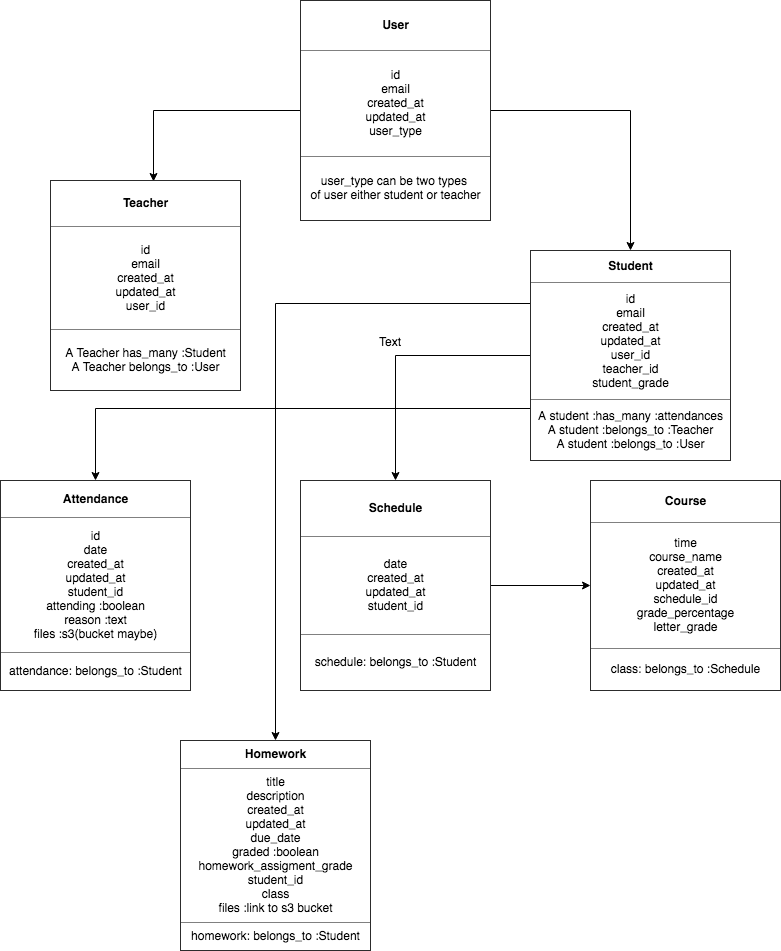
Before: docs/db-architecture/entity.png, a diagram exported from draw.io (MirTalpur/managehomeschool). Source tidied: cells renumbered, new cells last; positions are measured from the earlier drawing's top-left corner, leaving out a move shared by most shapes.
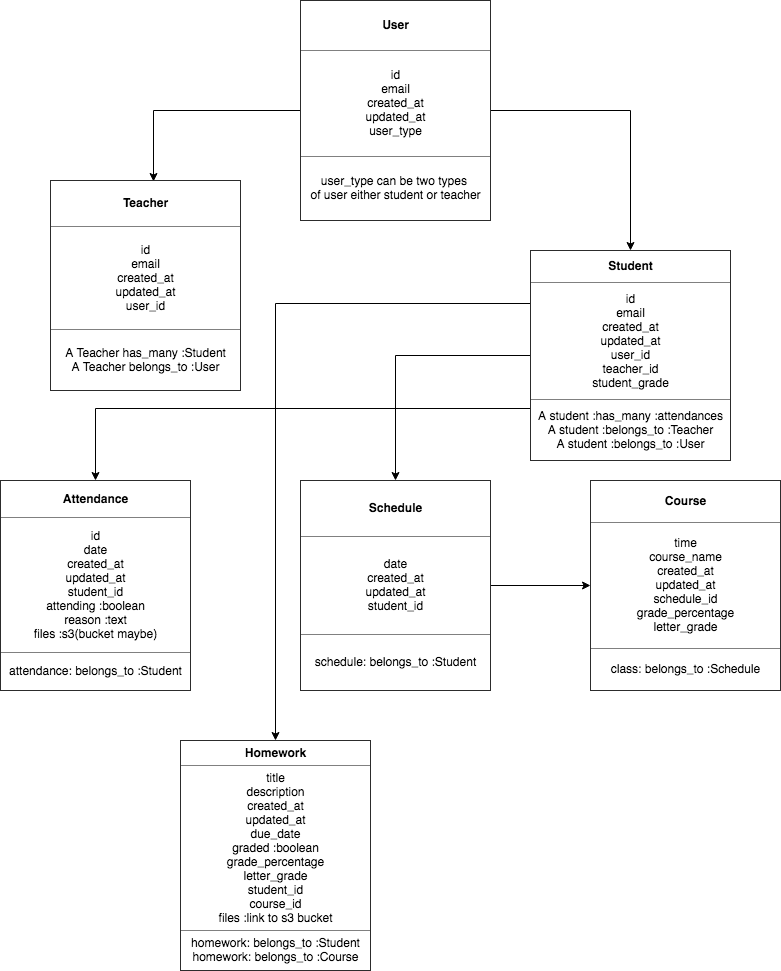
After the commit.

Commit message:
Create homework model

Diff of the diagram source:
```diff
@@ -38,11 +38,8 @@
     <mxCell id="13" value="&lt;table border=&quot;1&quot; width=&quot;100%&quot; cellpadding=&quot;4&quot; style=&quot;width: 100% ; height: 100% ; border-collapse: collapse&quot;&gt;&lt;tbody&gt;&lt;tr&gt;&lt;th align=&quot;center&quot;&gt;&lt;b&gt;Course&lt;/b&gt;&lt;/th&gt;&lt;/tr&gt;&lt;tr&gt;&lt;td align=&quot;center&quot;&gt;time&lt;br&gt;course_name&lt;br&gt;created_at&lt;br&gt;updated_at&lt;br&gt;schedule_id&lt;br&gt;grade_percentage&lt;br&gt;letter_grade&lt;/td&gt;&lt;/tr&gt;&lt;tr&gt;&lt;td align=&quot;center&quot;&gt;class: belongs_to :Schedule&lt;/td&gt;&lt;/tr&gt;&lt;/tbody&gt;&lt;/table&gt;" style="text;html=1;strokeColor=none;fillColor=none;overflow=fill;" parent="1" vertex="1">
       <mxGeometry x="590" y="480" width="190" height="210" as="geometry" />
     </mxCell>
-    <mxCell id="14" value="&lt;table border=&quot;1&quot; width=&quot;100%&quot; cellpadding=&quot;4&quot; style=&quot;width: 100% ; height: 100% ; border-collapse: collapse&quot;&gt;&lt;tbody&gt;&lt;tr&gt;&lt;th align=&quot;center&quot;&gt;&lt;b&gt;Homework&lt;/b&gt;&lt;/th&gt;&lt;/tr&gt;&lt;tr&gt;&lt;td align=&quot;center&quot;&gt;title&lt;br&gt;description&lt;br&gt;created_at&lt;br&gt;updated_at&lt;br&gt;due_date&lt;br&gt;graded :boolean&lt;br&gt;homework_assigment_grade&lt;br&gt;student_id&lt;br&gt;class&lt;br&gt;files :link to s3 bucket&lt;/td&gt;&lt;/tr&gt;&lt;tr&gt;&lt;td align=&quot;center&quot;&gt;homework: belongs_to :Student&lt;/td&gt;&lt;/tr&gt;&lt;/tbody&gt;&lt;/table&gt;" style="text;html=1;strokeColor=none;fillColor=none;overflow=fill;" parent="1" vertex="1">
-      <mxGeometry x="180" y="740" width="190" height="210" as="geometry" />
+    <mxCell id="14" value="&lt;table border=&quot;1&quot; width=&quot;100%&quot; cellpadding=&quot;4&quot; style=&quot;width: 100% ; height: 100% ; border-collapse: collapse&quot;&gt;&lt;tbody&gt;&lt;tr&gt;&lt;th align=&quot;center&quot;&gt;&lt;b&gt;Homework&lt;/b&gt;&lt;/th&gt;&lt;/tr&gt;&lt;tr&gt;&lt;td align=&quot;center&quot;&gt;title&lt;br&gt;description&lt;br&gt;created_at&lt;br&gt;updated_at&lt;br&gt;due_date&lt;br&gt;graded :boolean&lt;br&gt;grade_percentage&lt;br&gt;letter_grade&lt;br&gt;student_id&lt;br&gt;course_id&lt;br&gt;files :link to s3 bucket&lt;/td&gt;&lt;/tr&gt;&lt;tr&gt;&lt;td align=&quot;center&quot;&gt;homework: belongs_to :Student&lt;br&gt;homework: belongs_to :Course&lt;/td&gt;&lt;/tr&gt;&lt;/tbody&gt;&lt;/table&gt;" style="text;html=1;strokeColor=none;fillColor=none;overflow=fill;" parent="1" vertex="1">
+      <mxGeometry x="180" y="740" width="190" height="230" as="geometry" />
     </mxCell>
-    <mxCell id="15" value="Text" style="text;html=1;align=left;verticalAlign=top;spacingTop=-4;" parent="1" vertex="1">
-      <mxGeometry x="377" y="332" width="40" height="20" as="geometry" />
-    </mxCell>
   </root>
 </mxGraphModel>
```
